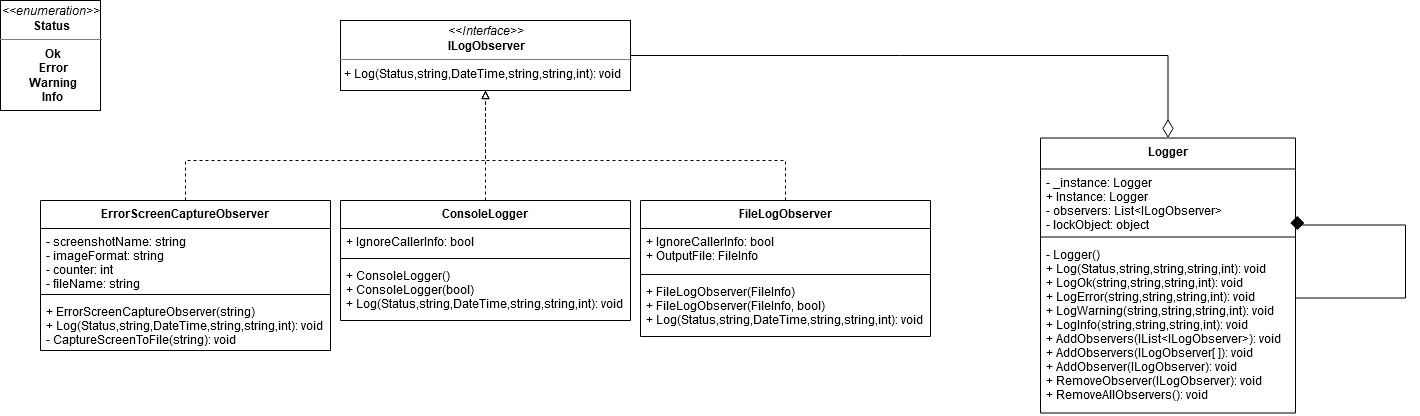
Above: Diagram/diagram.png in Radu-Lucian/DesignPatterns (draw.io), before the change. Source tidied: cells renumbered, new cells last; positions are measured from the earlier drawing's top-left corner, leaving out a move shared by most shapes. Its diagram source:
```xml
<mxGraphModel>
  <root>
    <mxCell id="0" />
    <mxCell id="1" parent="0" />
    <mxCell id="2" value="&lt;p style=&quot;margin: 0px ; margin-top: 4px ; text-align: center&quot;&gt;&lt;i&gt;&amp;lt;&amp;lt;enumeration&amp;gt;&amp;gt;&lt;/i&gt;&lt;br&gt;&lt;b&gt;Status&lt;/b&gt;&lt;/p&gt;&lt;hr size=&quot;1&quot;&gt;&lt;p style=&quot;margin: 0px ; margin-left: 4px&quot; align=&quot;center&quot;&gt;&lt;b&gt;Ok&lt;/b&gt;&lt;/p&gt;&lt;p style=&quot;margin: 0px ; margin-left: 4px&quot; align=&quot;center&quot;&gt;&lt;b&gt;Error&lt;/b&gt;&lt;/p&gt;&lt;p style=&quot;margin: 0px ; margin-left: 4px&quot; align=&quot;center&quot;&gt;&lt;b&gt;Warning&lt;/b&gt;&lt;/p&gt;&lt;p style=&quot;margin: 0px ; margin-left: 4px&quot; align=&quot;center&quot;&gt;&lt;b&gt;Info&lt;/b&gt;&lt;br&gt;&lt;/p&gt;" style="verticalAlign=top;align=left;overflow=fill;fontSize=12;fontFamily=Helvetica;html=1;strokeColor=#000000;" parent="1" vertex="1">
      <mxGeometry width="100" height="110" as="geometry" />
    </mxCell>
    <mxCell id="3" value="&lt;p style=&quot;margin: 0px ; margin-top: 4px ; text-align: center&quot;&gt;&lt;i&gt;&amp;lt;&amp;lt;Interface&amp;gt;&amp;gt;&lt;/i&gt;&lt;br&gt;&lt;b&gt;ILogObserver&lt;/b&gt;&lt;/p&gt;&lt;hr size=&quot;1&quot;&gt;&lt;p style=&quot;margin: 0px ; margin-left: 4px&quot;&gt;+ Log(Status,string,DateTime,string,string,int): void&lt;br&gt;&lt;/p&gt;" style="verticalAlign=top;align=left;overflow=fill;fontSize=12;fontFamily=Helvetica;html=1;strokeColor=#000000;" parent="1" vertex="1">
      <mxGeometry x="340" y="20" width="290" height="70" as="geometry" />
    </mxCell>
    <mxCell id="4" style="edgeStyle=orthogonalEdgeStyle;rounded=0;jettySize=auto;html=1;exitX=0.5;exitY=0;exitDx=0;exitDy=0;entryX=0.5;entryY=1;entryDx=0;entryDy=0;endArrow=block;endFill=0;dashed=1;" parent="1" edge="1" source="5" target="3">
      <mxGeometry relative="1" as="geometry" />
    </mxCell>
    <mxCell id="5" value="ConsoleLogger" style="swimlane;fontStyle=1;align=center;verticalAlign=top;horizontal=1;startSize=28;strokeColor=#000000;" parent="1" vertex="1">
      <mxGeometry x="340" y="200" width="290" height="120" as="geometry" />
    </mxCell>
    <mxCell id="6" value="+ IgnoreCallerInfo: bool" style="text;strokeColor=none;fillColor=none;align=left;verticalAlign=top;spacingLeft=4;spacingRight=4;overflow=hidden;" parent="5" vertex="1">
      <mxGeometry y="28" width="290" height="26" as="geometry" />
    </mxCell>
    <mxCell id="7" style="line;strokeWidth=1;fillColor=none;align=left;verticalAlign=middle;spacingTop=-1;spacingLeft=3;spacingRight=3;labelPosition=right;" parent="5" vertex="1">
      <mxGeometry y="54" width="290" height="8" as="geometry" />
    </mxCell>
    <mxCell id="8" value="+ ConsoleLogger()&#10;+ ConsoleLogger(bool)&#10;+ Log(Status,string,DateTime,string,string,int): void &#10;" style="text;strokeColor=none;fillColor=none;align=left;verticalAlign=top;spacingLeft=4;spacingRight=4;overflow=hidden;" parent="5" vertex="1">
      <mxGeometry y="62" width="290" height="58" as="geometry" />
    </mxCell>
    <mxCell id="9" style="edgeStyle=orthogonalEdgeStyle;rounded=0;jettySize=auto;html=1;entryX=0.5;entryY=1;entryDx=0;entryDy=0;dashed=1;endArrow=block;endFill=0;" parent="1" edge="1" source="10" target="3">
      <mxGeometry relative="1" as="geometry">
        <Array as="points">
          <mxPoint x="185" y="160" />
          <mxPoint x="485" y="160" />
        </Array>
      </mxGeometry>
    </mxCell>
    <mxCell id="10" value="ErrorScreenCaptureObserver" style="swimlane;fontStyle=1;align=center;verticalAlign=top;horizontal=1;startSize=28;strokeColor=#000000;" parent="1" vertex="1">
      <mxGeometry x="40" y="200" width="290" height="150" as="geometry" />
    </mxCell>
    <mxCell id="11" value="- screenshotName: string&#10;- imageFormat: string&#10;- counter: int&#10;- fileName: string&#10;" style="text;strokeColor=none;fillColor=none;align=left;verticalAlign=top;spacingLeft=4;spacingRight=4;overflow=hidden;" parent="10" vertex="1">
      <mxGeometry y="28" width="290" height="62" as="geometry" />
    </mxCell>
    <mxCell id="12" style="line;strokeWidth=1;fillColor=none;align=left;verticalAlign=middle;spacingTop=-1;spacingLeft=3;spacingRight=3;labelPosition=right;" parent="10" vertex="1">
      <mxGeometry y="90" width="290" height="8" as="geometry" />
    </mxCell>
    <mxCell id="13" value="+ ErrorScreenCaptureObserver(string)&#10;+ Log(Status,string,DateTime,string,string,int): void &#10;- CaptureScreenToFile(string): void&#10;" style="text;strokeColor=none;fillColor=none;align=left;verticalAlign=top;spacingLeft=4;spacingRight=4;overflow=hidden;" parent="10" vertex="1">
      <mxGeometry y="98" width="290" height="52" as="geometry" />
    </mxCell>
    <mxCell id="14" style="edgeStyle=orthogonalEdgeStyle;rounded=0;jettySize=auto;html=1;entryX=0.5;entryY=1;entryDx=0;entryDy=0;dashed=1;endArrow=block;endFill=0;" parent="1" edge="1" source="15" target="3">
      <mxGeometry relative="1" as="geometry">
        <Array as="points">
          <mxPoint x="785" y="160" />
          <mxPoint x="485" y="160" />
        </Array>
      </mxGeometry>
    </mxCell>
    <mxCell id="15" value="FileLogObserver" style="swimlane;fontStyle=1;align=center;verticalAlign=top;horizontal=1;startSize=28;strokeColor=#000000;" parent="1" vertex="1">
      <mxGeometry x="640" y="200" width="290" height="136" as="geometry" />
    </mxCell>
    <mxCell id="16" value="+ IgnoreCallerInfo: bool&#10;+ OutputFile: FileInfo" style="text;strokeColor=none;fillColor=none;align=left;verticalAlign=top;spacingLeft=4;spacingRight=4;overflow=hidden;" parent="15" vertex="1">
      <mxGeometry y="28" width="290" height="42" as="geometry" />
    </mxCell>
    <mxCell id="17" style="line;strokeWidth=1;fillColor=none;align=left;verticalAlign=middle;spacingTop=-1;spacingLeft=3;spacingRight=3;labelPosition=right;" parent="15" vertex="1">
      <mxGeometry y="70" width="290" height="8" as="geometry" />
    </mxCell>
    <mxCell id="18" value="+ FileLogObserver(FileInfo)&#10;+ FileLogObserver(FileInfo, bool)&#10;+ Log(Status,string,DateTime,string,string,int): void &#10;" style="text;strokeColor=none;fillColor=none;align=left;verticalAlign=top;spacingLeft=4;spacingRight=4;overflow=hidden;" parent="15" vertex="1">
      <mxGeometry y="78" width="290" height="58" as="geometry" />
    </mxCell>
    <mxCell id="19" style="edgeStyle=orthogonalEdgeStyle;rounded=0;jettySize=auto;html=1;entryX=1;entryY=0.5;entryDx=0;entryDy=0;endArrow=none;endFill=0;startArrow=diamondThin;startFill=0;startSize=16;endSize=16;" parent="1" edge="1" source="20" target="3">
      <mxGeometry relative="1" as="geometry">
        <Array as="points">
          <mxPoint x="1168" y="55" />
        </Array>
      </mxGeometry>
    </mxCell>
    <mxCell id="20" value="Logger" style="swimlane;fontStyle=1;align=center;verticalAlign=top;horizontal=1;startSize=31;strokeColor=#000000;" parent="1" vertex="1">
      <mxGeometry x="1040" y="137.5" width="255" height="275" as="geometry" />
    </mxCell>
    <mxCell id="21" value="- _instance: Logger&#10;+ Instance: Logger&#10;- observers: List&lt;ILogObserver&gt;&#10;- lockObject: object&#10;&#10;" style="text;strokeColor=none;fillColor=none;align=left;verticalAlign=top;spacingLeft=4;spacingRight=4;overflow=hidden;points=[[0,0.5],[1,0.5]];portConstraint=eastwest;" parent="20" vertex="1">
      <mxGeometry y="31" width="255" height="64" as="geometry" />
    </mxCell>
    <mxCell id="22" style="line;strokeWidth=1;fillColor=none;align=left;verticalAlign=middle;spacingTop=-1;spacingLeft=3;spacingRight=3;labelPosition=right;" parent="20" vertex="1">
      <mxGeometry y="95" width="255" height="8" as="geometry" />
    </mxCell>
    <mxCell id="23" value="- Logger()&#10;+ Log(Status,string,string,string,int): void&#10;+ LogOk(string,string,string,int): void&#10;+ LogError(string,string,string,int): void&#10;+ LogWarning(string,string,string,int): void&#10;+ LogInfo(string,string,string,int): void&#10;+ AddObservers(IList&lt;ILogObserver&gt;): void&#10;+ AddObservers(ILogObserver[ ]): void&#10;+ AddObserver(ILogObserver): void&#10;+ RemoveObserver(ILogObserver): void&#10;+ RemoveAllObservers(): void&#10;&#10;&#10;&#10;" style="text;strokeColor=none;fillColor=none;align=left;verticalAlign=top;spacingLeft=4;spacingRight=4;overflow=hidden;" parent="20" vertex="1">
      <mxGeometry y="103" width="255" height="172" as="geometry" />
    </mxCell>
    <mxCell id="24" style="edgeStyle=orthogonalEdgeStyle;rounded=0;jettySize=auto;html=1;endArrow=diamond;endFill=1;entryX=1.007;entryY=0.957;entryDx=0;entryDy=0;entryPerimeter=0;strokeWidth=1;startSize=12;endSize=12;" parent="20" edge="1" source="20" target="21">
      <mxGeometry relative="1" as="geometry">
        <Array as="points">
          <mxPoint x="365" y="160" />
          <mxPoint x="365" y="87" />
        </Array>
      </mxGeometry>
    </mxCell>
  </root>
</mxGraphModel>
```
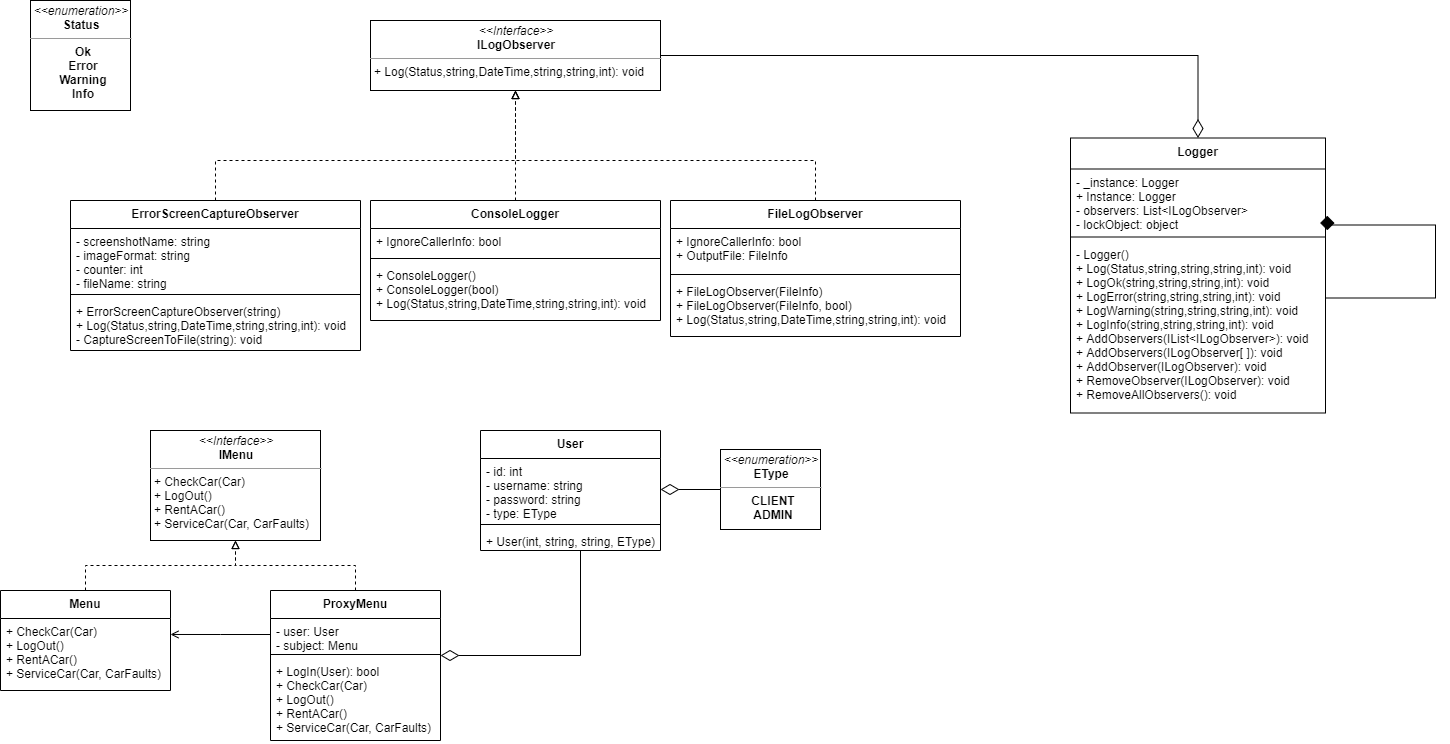
Above is the later version.

Commit message:
Added proxy Menu, updated the diagram and created User, Car and CarFaults classes

Change to the diagram source:
```diff
@@ -90,5 +90,66 @@
         </Array>
       </mxGeometry>
     </mxCell>
+    <mxCell id="25" style="edgeStyle=orthogonalEdgeStyle;rounded=0;jettySize=auto;html=1;exitX=0.5;exitY=0;exitDx=0;exitDy=0;entryX=0.5;entryY=1;entryDx=0;entryDy=0;dashed=1;endArrow=block;endFill=0;" parent="1" edge="1" source="29" target="27">
+      <mxGeometry relative="1" as="geometry" />
+    </mxCell>
+    <mxCell id="26" style="edgeStyle=orthogonalEdgeStyle;rounded=0;jettySize=auto;html=1;entryX=0.5;entryY=1;entryDx=0;entryDy=0;dashed=1;endArrow=block;endFill=0;exitX=0.5;exitY=0;exitDx=0;exitDy=0;" parent="1" edge="1" source="31" target="27">
+      <mxGeometry relative="1" as="geometry" />
+    </mxCell>
+    <mxCell id="27" value="&lt;p style=&quot;margin: 0px ; margin-top: 4px ; text-align: center&quot;&gt;&lt;i&gt;&amp;lt;&amp;lt;Interface&amp;gt;&amp;gt;&lt;/i&gt;&lt;br&gt;&lt;b&gt;IMenu&lt;/b&gt;&lt;/p&gt;&lt;hr size=&quot;1&quot;&gt;&lt;p style=&quot;margin: 0px ; margin-left: 4px&quot;&gt;+ CheckCar(Car)&lt;br style=&quot;padding: 0px ; margin: 0px&quot;&gt;+ LogOut()&amp;nbsp;&lt;br style=&quot;padding: 0px ; margin: 0px&quot;&gt;+ RentACar()&lt;br style=&quot;padding: 0px ; margin: 0px&quot;&gt;+ ServiceCar(Car, CarFaults)&lt;br&gt;&lt;/p&gt;" style="verticalAlign=top;align=left;overflow=fill;fontSize=12;fontFamily=Helvetica;html=1;strokeColor=#000000;" parent="1" vertex="1">
+      <mxGeometry x="120" y="430" width="170" height="110" as="geometry" />
+    </mxCell>
+    <mxCell id="28" style="edgeStyle=orthogonalEdgeStyle;rounded=0;jettySize=auto;html=1;exitX=0;exitY=0.5;exitDx=0;exitDy=0;entryX=1;entryY=0.222;entryDx=0;entryDy=0;entryPerimeter=0;endArrow=open;endFill=0;" parent="1" edge="1" source="32" target="30">
+      <mxGeometry relative="1" as="geometry">
+        <Array as="points">
+          <mxPoint x="190" y="634" />
+          <mxPoint x="190" y="634" />
+        </Array>
+      </mxGeometry>
+    </mxCell>
+    <mxCell id="29" value="Menu" style="swimlane;fontStyle=1;align=center;verticalAlign=top;horizontal=1;startSize=28;strokeColor=#000000;" parent="1" vertex="1">
+      <mxGeometry x="-30" y="590" width="170" height="100" as="geometry" />
+    </mxCell>
+    <mxCell id="30" value="+ CheckCar(Car)&#10;+ LogOut() &#10;+ RentACar()&#10;+ ServiceCar(Car, CarFaults)" style="text;strokeColor=none;fillColor=none;align=left;verticalAlign=top;spacingLeft=4;spacingRight=4;overflow=hidden;points=[[0,0.5],[1,0.5]];portConstraint=eastwest;" parent="29" vertex="1">
+      <mxGeometry y="28" width="170" height="72" as="geometry" />
+    </mxCell>
+    <mxCell id="31" value="ProxyMenu" style="swimlane;fontStyle=1;align=center;verticalAlign=top;horizontal=1;startSize=28;strokeColor=#000000;" parent="1" vertex="1">
+      <mxGeometry x="240" y="590" width="170" height="150" as="geometry" />
+    </mxCell>
+    <mxCell id="32" value="- user: User&#10;- subject: Menu" style="text;strokeColor=none;fillColor=none;align=left;verticalAlign=top;spacingLeft=4;spacingRight=4;overflow=hidden;points=[[0,0.5],[1,0.5]];portConstraint=eastwest;" parent="31" vertex="1">
+      <mxGeometry y="28" width="170" height="32" as="geometry" />
+    </mxCell>
+    <mxCell id="33" style="line;strokeWidth=1;fillColor=none;align=left;verticalAlign=middle;spacingTop=-1;spacingLeft=3;spacingRight=3;labelPosition=right;" parent="31" vertex="1">
+      <mxGeometry y="60" width="170" height="8" as="geometry" />
+    </mxCell>
+    <mxCell id="34" value="+ LogIn(User): bool&#10;+ CheckCar(Car)&#10;+ LogOut() &#10;+ RentACar()&#10;+ ServiceCar(Car, CarFaults)" style="text;strokeColor=none;fillColor=none;align=left;verticalAlign=top;spacingLeft=4;spacingRight=4;overflow=hidden;" parent="31" vertex="1">
+      <mxGeometry y="68" width="170" height="82" as="geometry" />
+    </mxCell>
+    <mxCell id="35" style="edgeStyle=orthogonalEdgeStyle;rounded=0;jettySize=auto;html=1;endArrow=none;endFill=0;startArrow=diamondThin;startFill=0;startSize=16;endSize=16;entryX=0.443;entryY=1;entryDx=0;entryDy=0;entryPerimeter=0;" parent="1" edge="1" target="39">
+      <mxGeometry relative="1" as="geometry">
+        <mxPoint x="410" y="655" as="sourcePoint" />
+        <Array as="points">
+          <mxPoint x="550" y="655" />
+        </Array>
+      </mxGeometry>
+    </mxCell>
+    <mxCell id="36" value="User" style="swimlane;fontStyle=1;align=center;verticalAlign=top;horizontal=1;startSize=28;strokeColor=#000000;" parent="1" vertex="1">
+      <mxGeometry x="450" y="430" width="180" height="120" as="geometry" />
+    </mxCell>
+    <mxCell id="37" value="- id: int&#10;- username: string&#10;- password: string&#10;- type: EType" style="text;strokeColor=none;fillColor=none;align=left;verticalAlign=top;spacingLeft=4;spacingRight=4;overflow=hidden;points=[[0,0.5],[1,0.5]];portConstraint=eastwest;" parent="36" vertex="1">
+      <mxGeometry y="28" width="180" height="62" as="geometry" />
+    </mxCell>
+    <mxCell id="38" style="line;strokeWidth=1;fillColor=none;align=left;verticalAlign=middle;spacingTop=-1;spacingLeft=3;spacingRight=3;labelPosition=right;" parent="36" vertex="1">
+      <mxGeometry y="90" width="180" height="8" as="geometry" />
+    </mxCell>
+    <mxCell id="39" value="+ User(int, string, string, EType)" style="text;strokeColor=none;fillColor=none;align=left;verticalAlign=top;spacingLeft=4;spacingRight=4;overflow=hidden;points=[[0,0.5],[1,0.5]];portConstraint=eastwest;" parent="36" vertex="1">
+      <mxGeometry y="98" width="180" height="22" as="geometry" />
+    </mxCell>
+    <mxCell id="40" value="&lt;p style=&quot;margin: 0px ; margin-top: 4px ; text-align: center&quot;&gt;&lt;i&gt;&amp;lt;&amp;lt;enumeration&amp;gt;&amp;gt;&lt;/i&gt;&lt;br&gt;&lt;b&gt;EType&lt;/b&gt;&lt;/p&gt;&lt;hr size=&quot;1&quot;&gt;&lt;p style=&quot;margin: 0px ; margin-left: 4px&quot; align=&quot;center&quot;&gt;&lt;b&gt;CLIENT&lt;/b&gt;&lt;/p&gt;&lt;p style=&quot;margin: 0px ; margin-left: 4px&quot; align=&quot;center&quot;&gt;&lt;b&gt;ADMIN&lt;/b&gt;&lt;/p&gt;" style="verticalAlign=top;align=left;overflow=fill;fontSize=12;fontFamily=Helvetica;html=1;strokeColor=#000000;" parent="1" vertex="1">
+      <mxGeometry x="690" y="449" width="100" height="80" as="geometry" />
+    </mxCell>
+    <mxCell id="41" style="edgeStyle=orthogonalEdgeStyle;rounded=0;jettySize=auto;html=1;endArrow=none;endFill=0;startArrow=diamondThin;startFill=0;startSize=16;endSize=16;exitX=1;exitY=0.5;exitDx=0;exitDy=0;entryX=0;entryY=0.5;entryDx=0;entryDy=0;" parent="1" edge="1" source="37" target="40">
+      <mxGeometry relative="1" as="geometry" />
+    </mxCell>
   </root>
 </mxGraphModel>
```
